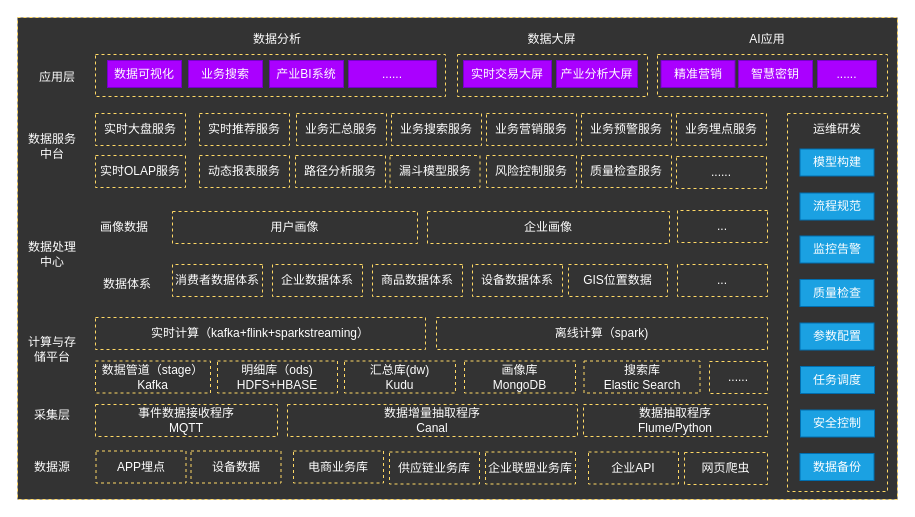
Earlier version of the draw.io diagram page "data-c" (5 of 5) of cgc/cgc-framework.drawio (kinvensan/drawio). Source tidied: cells renumbered, new cells numbered last; positions are measured from the earlier drawing's top-left corner, leaving out a move shared by most shapes. Both pictures are drawn from the tidied source at 100%, with x=0, y=0 at pixel (17, 17).
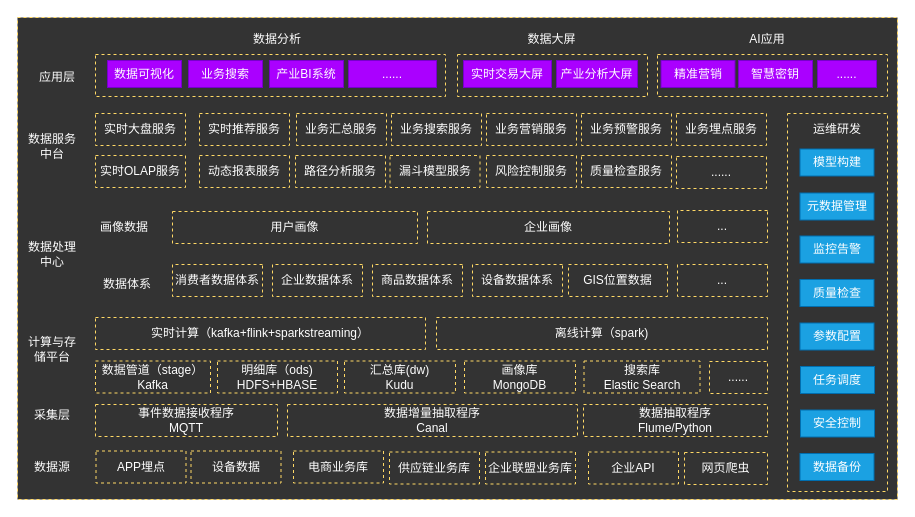
The same page after the edit.

Change to the diagram source:
```diff
@@
-    <mxCell id="53" value="流程规范" style="rounded=0;whiteSpace=wrap;html=1;strokeColor=#006EAF;fillColor=#1ba1e2;fontColor=#ffffff;" parent="1" vertex="1">
+    <mxCell id="53" value="元数据管理" style="rounded=0;whiteSpace=wrap;html=1;strokeColor=#006EAF;fillColor=#1ba1e2;fontColor=#ffffff;" parent="1" vertex="1">
       <mxGeometry x="782.5" y="175.5" width="74" height="27" as="geometry" />
     </mxCell>
```
